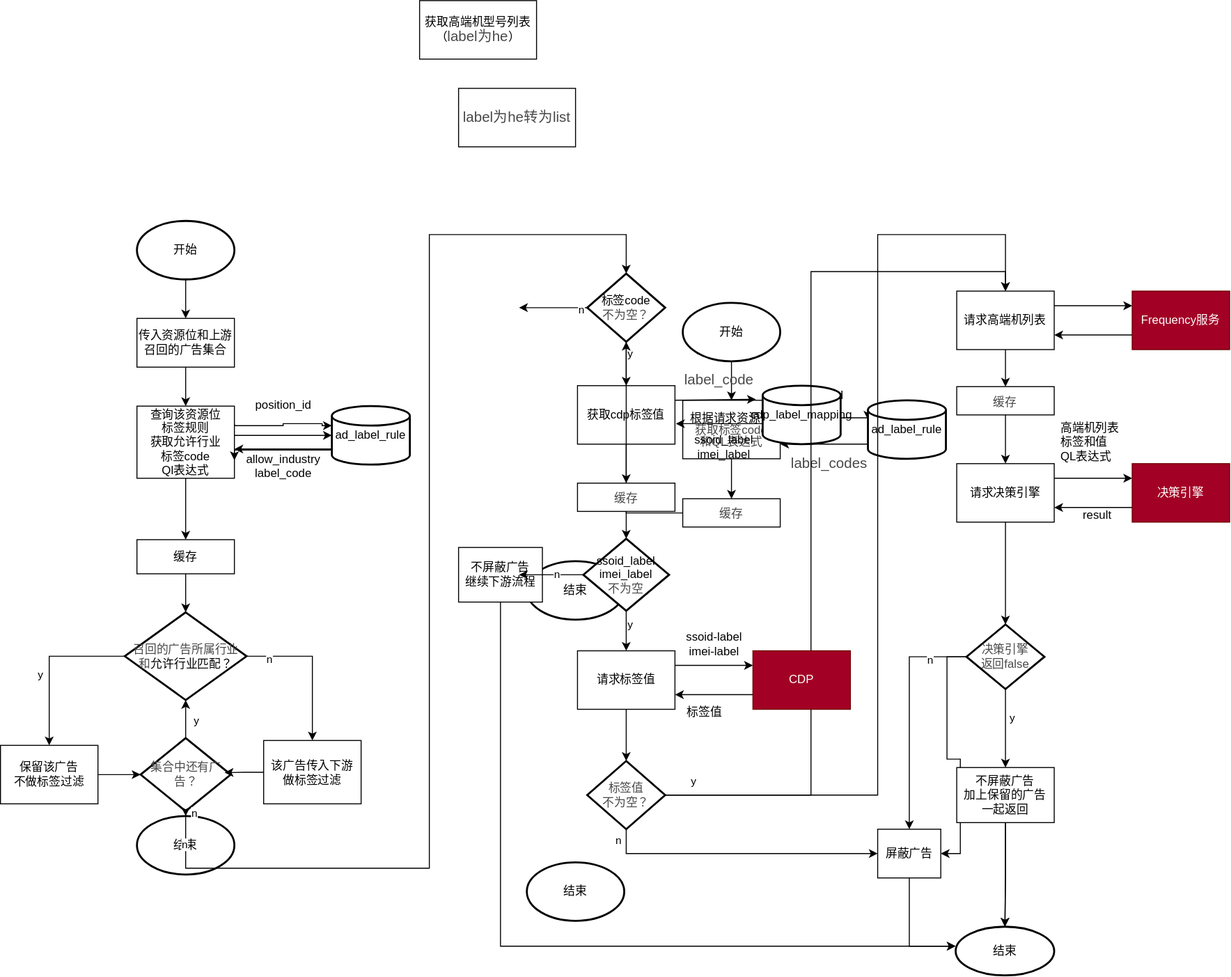
Before: high-end-filter.svg, a diagram exported from draw.io (WorryFreeCafe/diagram). Source tidied: cells renumbered, new cells last; positions are measured from the earlier drawing's top-left corner, leaving out a move shared by most shapes.
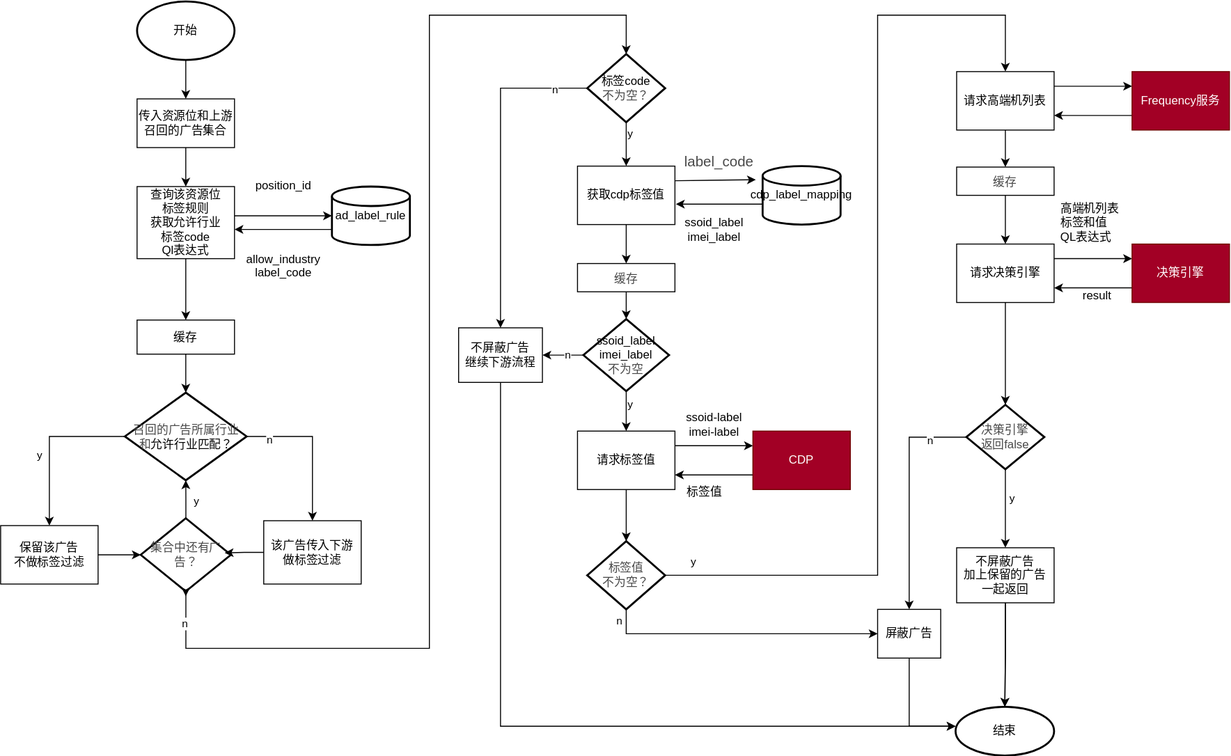
After the commit.

Change to the diagram source:
```diff
@@ -5,9 +5,6 @@
     <mxCell id="2" style="edgeStyle=orthogonalEdgeStyle;rounded=0;jettySize=auto;html=1;" parent="1" edge="1" source="53" target="18">
       <mxGeometry relative="1" as="geometry" />
     </mxCell>
-    <mxCell id="3" value="获取高端机型号列表&lt;br&gt;（&lt;span style=&quot;color: rgb(73, 73, 73); font-size: 11pt; background-color: initial;&quot;&gt;label为he&lt;/span&gt;）" style="rounded=0;whiteSpace=wrap;html=1;" parent="1" vertex="1">
-      <mxGeometry x="430" width="120" height="60" as="geometry" />
-    </mxCell>
     <mxCell id="4" style="edgeStyle=orthogonalEdgeStyle;rounded=0;jettySize=auto;html=1;" parent="1" edge="1" source="6" target="13">
       <mxGeometry relative="1" as="geometry">
         <Array as="points">
@@ -16,9 +13,6 @@
         </Array>
       </mxGeometry>
     </mxCell>
-    <mxCell id="5" value="&lt;span style=&quot;color: rgb(73, 73, 73); font-size: 11pt; background-color: initial;&quot;&gt;label为he转为list&lt;/span&gt;" style="rounded=0;whiteSpace=wrap;html=1;" parent="1" vertex="1">
-      <mxGeometry x="470" y="90" width="120" height="60" as="geometry" />
-    </mxCell>
     <mxCell id="6" value="查询该资源位&lt;br&gt;标签规则&lt;br&gt;获取允许行业&lt;br&gt;标签code&lt;br&gt;Ql表达式" style="rounded=0;whiteSpace=wrap;html=1;" parent="1" vertex="1">
       <mxGeometry x="140" y="416" width="100" height="74" as="geometry" />
     </mxCell>
@@ -42,14 +36,6 @@
         </Array>
       </mxGeometry>
     </mxCell>
-    <mxCell id="12" style="edgeStyle=orthogonalEdgeStyle;rounded=0;jettySize=auto;html=1;entryX=1;entryY=0.75;entryDx=0;entryDy=0;" parent="1" edge="1" source="13" target="6">
-      <mxGeometry relative="1" as="geometry">
-        <Array as="points">
-          <mxPoint x="300" y="461" />
-          <mxPoint x="300" y="461" />
-        </Array>
-      </mxGeometry>
-    </mxCell>
     <mxCell id="13" value="ad_label_rule" style="strokeWidth=2;html=1;shape=mxgraph.flowchart.database;whiteSpace=wrap;" parent="1" vertex="1">
       <mxGeometry x="340" y="416" width="80" height="60" as="geometry" />
     </mxCell>
@@ -81,9 +67,6 @@
     <mxCell id="21" value="&lt;font color=&quot;#494949&quot;&gt;集合中还有广告？&lt;/font&gt;" style="strokeWidth=2;html=1;shape=mxgraph.flowchart.decision;whiteSpace=wrap;" parent="1" vertex="1">
       <mxGeometry x="143.8" y="756.5" width="92.5" height="75" as="geometry" />
     </mxCell>
-    <mxCell id="22" value="结束" style="strokeWidth=2;html=1;shape=mxgraph.flowchart.start_1;whiteSpace=wrap;" parent="1" vertex="1">
-      <mxGeometry x="140" y="836.5" width="100" height="60" as="geometry" />
-    </mxCell>
     <mxCell id="23" style="edgeStyle=orthogonalEdgeStyle;rounded=0;jettySize=auto;html=1;entryX=0.5;entryY=1;entryDx=0;entryDy=0;entryPerimeter=0;" parent="1" edge="1" source="21" target="18">
       <mxGeometry relative="1" as="geometry" />
     </mxCell>
@@ -95,30 +78,19 @@
     <mxCell id="25" style="edgeStyle=orthogonalEdgeStyle;rounded=0;jettySize=auto;html=1;exitX=1;exitY=0.5;exitDx=0;exitDy=0;entryX=0;entryY=0.5;entryDx=0;entryDy=0;entryPerimeter=0;" parent="1" edge="1" source="19" target="21">
       <mxGeometry relative="1" as="geometry" />
     </mxCell>
-    <mxCell id="26" style="edgeStyle=orthogonalEdgeStyle;rounded=0;jettySize=auto;html=1;exitX=0.5;exitY=1;exitDx=0;exitDy=0;exitPerimeter=0;entryX=0.5;entryY=0;entryDx=0;entryDy=0;entryPerimeter=0;" parent="1" edge="1" source="21" target="22">
-      <mxGeometry relative="1" as="geometry" />
+    <mxCell id="26" style="edgeStyle=orthogonalEdgeStyle;rounded=0;jettySize=auto;html=1;exitX=0.5;exitY=1;exitDx=0;exitDy=0;exitPerimeter=0;entryX=0.5;entryY=0;entryDx=0;entryDy=0;entryPerimeter=0;" parent="1" edge="1" source="21">
+      <mxGeometry relative="1" as="geometry">
+        <mxPoint x="190" y="836.5" as="targetPoint" />
+      </mxGeometry>
     </mxCell>
-    <mxCell id="27" value="n" style="edgeLabel;html=1;align=center;verticalAlign=middle;" parent="26" vertex="1">
-      <mxGeometry x="-0.13" y="8" relative="1" as="geometry" />
-    </mxCell>
     <mxCell id="28" style="edgeStyle=orthogonalEdgeStyle;rounded=0;jettySize=auto;html=1;entryX=0.932;entryY=0.473;entryDx=0;entryDy=0;entryPerimeter=0;" parent="1" edge="1" source="20" target="21">
       <mxGeometry relative="1" as="geometry" />
     </mxCell>
     <mxCell id="29" value="position_id" style="text;html=1;align=center;verticalAlign=middle;strokeColor=none;fillColor=none;" parent="1" vertex="1">
       <mxGeometry x="250" y="400" width="80" height="30" as="geometry" />
     </mxCell>
-    <mxCell id="30" style="edgeStyle=orthogonalEdgeStyle;rounded=0;jettySize=auto;html=1;exitX=1;exitY=0.25;exitDx=0;exitDy=0;entryX=0;entryY=0.333;entryDx=0;entryDy=0;entryPerimeter=0;" parent="1" edge="1" source="6" target="13">
-      <mxGeometry relative="1" as="geometry">
-        <Array as="points">
-          <mxPoint x="240" y="436" />
-          <mxPoint x="290" y="436" />
-          <mxPoint x="290" y="434" />
-          <mxPoint x="330" y="434" />
-        </Array>
-      </mxGeometry>
-    </mxCell>
     <mxCell id="31" value="allow_industry&lt;br&gt;label_code&lt;div&gt;&lt;br/&gt;&lt;/div&gt;" style="text;html=1;align=center;verticalAlign=middle;strokeColor=none;fillColor=none;" parent="1" vertex="1">
-      <mxGeometry x="240" y="455" width="100" height="60" as="geometry" />
+      <mxGeometry x="240" y="475" width="100" height="60" as="geometry" />
     </mxCell>
     <mxCell id="32" style="edgeStyle=orthogonalEdgeStyle;rounded=0;jettySize=auto;html=1;entryX=0.5;entryY=0;entryDx=0;entryDy=0;" parent="1" edge="1" source="43" target="103">
       <mxGeometry relative="1" as="geometry" />
@@ -126,60 +98,24 @@
     <mxCell id="33" style="edgeStyle=orthogonalEdgeStyle;rounded=0;jettySize=auto;html=1;exitX=1;exitY=0.25;exitDx=0;exitDy=0;entryX=0;entryY=0.25;entryDx=0;entryDy=0;" parent="1" edge="1" source="35" target="72">
       <mxGeometry relative="1" as="geometry" />
     </mxCell>
-    <mxCell id="34" value="&lt;span&gt;&lt;p style=&quot;line-height: 100%; margin-bottom: 0pt; margin-top: 0pt; color: rgb(73, 73, 73);&quot; class=&quot;ql-direction-ltr ql-long-256386&quot;&gt;&lt;span style=&quot;&quot; class=&quot;ql-author-256386&quot;&gt;&lt;font style=&quot;font-size: 12px;&quot;&gt;&lt;span style=&quot;color: rgb(0, 0, 0);&quot;&gt;根据请求资源位&lt;/span&gt;&lt;br&gt;获取标签code&lt;br&gt;和QL表达式&lt;/font&gt;&lt;/span&gt;&lt;/p&gt;&lt;/span&gt;" style="rounded=0;whiteSpace=wrap;html=1;" parent="1" vertex="1">
-      <mxGeometry x="700" y="410" width="100" height="60" as="geometry" />
-    </mxCell>
     <mxCell id="35" value="请求标签值" style="rounded=0;whiteSpace=wrap;html=1;" parent="1" vertex="1">
       <mxGeometry x="592" y="667" width="100" height="60" as="geometry" />
     </mxCell>
-    <mxCell id="36" value="开始" style="strokeWidth=2;html=1;shape=mxgraph.flowchart.start_1;whiteSpace=wrap;" parent="1" vertex="1">
-      <mxGeometry x="700" y="310" width="100" height="60" as="geometry" />
-    </mxCell>
     <mxCell id="37" value="结束" style="strokeWidth=2;html=1;shape=mxgraph.flowchart.start_1;whiteSpace=wrap;" parent="1" vertex="1">
       <mxGeometry x="980" y="950" width="101.1" height="50" as="geometry" />
     </mxCell>
-    <mxCell id="38" style="edgeStyle=orthogonalEdgeStyle;rounded=0;jettySize=auto;html=1;entryX=0.5;entryY=0;entryDx=0;entryDy=0;exitX=0.5;exitY=1;exitDx=0;exitDy=0;exitPerimeter=0;" parent="1" edge="1" source="36" target="34">
-      <mxGeometry relative="1" as="geometry" />
-    </mxCell>
     <mxCell id="39" style="edgeStyle=orthogonalEdgeStyle;rounded=0;jettySize=auto;html=1;" parent="1" edge="1" source="65" target="43">
       <mxGeometry relative="1" as="geometry" />
     </mxCell>
     <mxCell id="40" value="y" style="edgeLabel;html=1;align=center;verticalAlign=middle;" parent="39" vertex="1">
       <mxGeometry x="-0.51" y="3" relative="1" as="geometry" />
     </mxCell>
-    <mxCell id="41" style="edgeStyle=orthogonalEdgeStyle;rounded=0;jettySize=auto;html=1;exitX=1;exitY=0.25;exitDx=0;exitDy=0;entryX=0;entryY=0.333;entryDx=0;entryDy=0;entryPerimeter=0;" parent="1" edge="1" source="34" target="45">
-      <mxGeometry relative="1" as="geometry">
-        <Array as="points">
-          <mxPoint x="800" y="430" />
-          <mxPoint x="850" y="430" />
-          <mxPoint x="850" y="428" />
-          <mxPoint x="890" y="428" />
-        </Array>
-      </mxGeometry>
-    </mxCell>
-    <mxCell id="42" style="edgeStyle=orthogonalEdgeStyle;rounded=0;jettySize=auto;html=1;entryX=1;entryY=0.75;entryDx=0;entryDy=0;" parent="1" edge="1" source="45" target="34">
-      <mxGeometry relative="1" as="geometry">
-        <Array as="points">
-          <mxPoint x="860" y="455" />
-          <mxPoint x="860" y="455" />
-        </Array>
-      </mxGeometry>
-    </mxCell>
     <mxCell id="43" value="获取cdp标签值" style="rounded=0;whiteSpace=wrap;html=1;" parent="1" vertex="1">
       <mxGeometry x="592" y="395" width="100" height="60" as="geometry" />
     </mxCell>
-    <mxCell id="44" value="position_id" style="text;html=1;align=center;verticalAlign=middle;strokeColor=none;fillColor=none;" parent="1" vertex="1">
-      <mxGeometry x="796.2" y="390" width="80" height="30" as="geometry" />
-    </mxCell>
-    <mxCell id="45" value="ad_label_rule" style="strokeWidth=2;html=1;shape=mxgraph.flowchart.database;whiteSpace=wrap;" parent="1" vertex="1">
-      <mxGeometry x="890" y="410" width="80" height="60" as="geometry" />
-    </mxCell>
     <mxCell id="46" value="cdp_label_mapping" style="strokeWidth=2;html=1;shape=mxgraph.flowchart.database;whiteSpace=wrap;" parent="1" vertex="1">
       <mxGeometry x="782" y="395" width="80" height="60" as="geometry" />
     </mxCell>
-    <mxCell id="47" value="&lt;span&gt;&lt;p style=&quot;line-height: 100%;margin-bottom: 0pt;margin-top: 0pt;font-size: 11pt;color: #494949;&quot; class=&quot;ql-direction-ltr ql-long-256386&quot;&gt;&lt;span class=&quot;ql-author-256386&quot;&gt;label_codes&lt;/span&gt;&lt;/p&gt;&lt;/span&gt;" style="text;html=1;align=center;verticalAlign=middle;strokeColor=none;fillColor=none;" parent="1" vertex="1">
-      <mxGeometry x="800" y="460" width="100" height="30" as="geometry" />
-    </mxCell>
     <mxCell id="48" style="rounded=0;jettySize=auto;html=1;exitX=1;exitY=0.25;exitDx=0;exitDy=0;entryX=-0.087;entryY=0.233;entryDx=0;entryDy=0;entryPerimeter=0;" parent="1" edge="1" source="43" target="46">
       <mxGeometry relative="1" as="geometry" />
     </mxCell>
@@ -191,10 +127,10 @@
       </mxGeometry>
     </mxCell>
     <mxCell id="50" value="&lt;span style=&quot;color: rgb(73, 73, 73); font-size: 14.6667px;&quot;&gt;label_code&lt;/span&gt;" style="text;html=1;align=center;verticalAlign=middle;strokeColor=none;fillColor=none;" parent="1" vertex="1">
-      <mxGeometry x="692" y="374" width="90" height="30" as="geometry" />
+      <mxGeometry x="692" y="376" width="90" height="30" as="geometry" />
     </mxCell>
     <mxCell id="51" value="ssoid_label&lt;br&gt;imei_label" style="text;html=1;align=center;verticalAlign=middle;strokeColor=none;fillColor=none;" parent="1" vertex="1">
-      <mxGeometry x="702" y="438" width="80" height="40" as="geometry" />
+      <mxGeometry x="692" y="440" width="80" height="40" as="geometry" />
     </mxCell>
     <mxCell id="52" style="edgeStyle=orthogonalEdgeStyle;rounded=0;jettySize=auto;html=1;" parent="1" edge="1" source="6" target="53">
       <mxGeometry relative="1" as="geometry" />
@@ -214,9 +150,6 @@
         <mxPoint x="-12" y="-14" as="offset" />
       </mxGeometry>
     </mxCell>
-    <mxCell id="56" style="edgeStyle=orthogonalEdgeStyle;rounded=0;jettySize=auto;html=1;" parent="1" edge="1" source="34" target="60">
-      <mxGeometry relative="1" as="geometry" />
-    </mxCell>
     <mxCell id="57" style="edgeStyle=orthogonalEdgeStyle;rounded=0;jettySize=auto;html=1;entryX=0.5;entryY=0;entryDx=0;entryDy=0;" parent="1" edge="1" source="61" target="79">
       <mxGeometry relative="1" as="geometry">
         <Array as="points">
@@ -231,26 +164,15 @@
         <mxPoint x="-23" y="-10" as="offset" />
       </mxGeometry>
     </mxCell>
-    <mxCell id="59" style="edgeStyle=orthogonalEdgeStyle;rounded=0;jettySize=auto;html=1;entryX=0.5;entryY=0;entryDx=0;entryDy=0;" parent="1" edge="1" source="61" target="79">
-      <mxGeometry relative="1" as="geometry" />
-    </mxCell>
-    <mxCell id="60" value="&lt;span&gt;&lt;p style=&quot;line-height: 100%; margin-bottom: 0pt; margin-top: 0pt; color: rgb(73, 73, 73);&quot; class=&quot;ql-direction-ltr ql-long-256386&quot;&gt;&lt;span style=&quot;&quot; class=&quot;ql-author-256386&quot;&gt;&lt;font style=&quot;font-size: 12px;&quot;&gt;缓存&lt;/font&gt;&lt;/span&gt;&lt;/p&gt;&lt;/span&gt;" style="rounded=0;whiteSpace=wrap;html=1;" parent="1" vertex="1">
-      <mxGeometry x="700" y="511" width="100" height="29" as="geometry" />
-    </mxCell>
     <mxCell id="61" value="&lt;font color=&quot;#494949&quot;&gt;标签值&lt;/font&gt;&lt;br&gt;&lt;div&gt;&lt;font color=&quot;#494949&quot;&gt;不为空？&lt;/font&gt;&lt;/div&gt;" style="strokeWidth=2;html=1;shape=mxgraph.flowchart.decision;whiteSpace=wrap;" parent="1" vertex="1">
       <mxGeometry x="602" y="780" width="80" height="70" as="geometry" />
     </mxCell>
-    <mxCell id="62" style="edgeStyle=orthogonalEdgeStyle;rounded=0;jettySize=auto;html=1;" parent="1" edge="1" source="65">
-      <mxGeometry relative="1" as="geometry">
-        <mxPoint x="532" y="315" as="targetPoint" />
-      </mxGeometry>
+    <mxCell id="62" style="edgeStyle=orthogonalEdgeStyle;rounded=0;jettySize=auto;html=1;" parent="1" edge="1" source="65" target="102">
+      <mxGeometry relative="1" as="geometry" />
     </mxCell>
     <mxCell id="63" value="n" style="edgeLabel;html=1;align=center;verticalAlign=middle;" parent="62" vertex="1">
       <mxGeometry x="-0.8" y="1" relative="1" as="geometry" />
     </mxCell>
-    <mxCell id="64" style="edgeStyle=orthogonalEdgeStyle;rounded=0;jettySize=auto;html=1;" parent="1" edge="1" source="60" target="65">
-      <mxGeometry relative="1" as="geometry" />
-    </mxCell>
     <mxCell id="65" value="&lt;div&gt;标签code&lt;br&gt;&lt;font color=&quot;#494949&quot;&gt;不为空？&lt;/font&gt;&lt;/div&gt;" style="strokeWidth=2;html=1;shape=mxgraph.flowchart.decision;whiteSpace=wrap;" parent="1" vertex="1">
       <mxGeometry x="602" y="280" width="80" height="70" as="geometry" />
     </mxCell>
@@ -260,18 +182,9 @@
     <mxCell id="67" value="y" style="edgeLabel;html=1;align=center;verticalAlign=middle;" parent="66" vertex="1">
       <mxGeometry x="-0.36" y="3" relative="1" as="geometry" />
     </mxCell>
-    <mxCell id="68" value="结束" style="strokeWidth=2;html=1;shape=mxgraph.flowchart.start_1;whiteSpace=wrap;" parent="1" vertex="1">
-      <mxGeometry x="540" y="575" width="100" height="60" as="geometry" />
-    </mxCell>
     <mxCell id="69" style="edgeStyle=orthogonalEdgeStyle;rounded=0;jettySize=auto;html=1;exitX=0;exitY=0.75;exitDx=0;exitDy=0;entryX=1;entryY=0.75;entryDx=0;entryDy=0;" parent="1" edge="1" source="72" target="35">
       <mxGeometry relative="1" as="geometry" />
     </mxCell>
-    <mxCell id="70" style="group;" parent="1" vertex="1">
-      <mxGeometry x="540" y="820" width="260" height="129" as="geometry" />
-    </mxCell>
-    <mxCell id="71" value="结束" style="strokeWidth=2;html=1;shape=mxgraph.flowchart.start_1;whiteSpace=wrap;" parent="70" vertex="1">
-      <mxGeometry y="64" width="100" height="60" as="geometry" />
-    </mxCell>
     <mxCell id="72" value="CDP" style="rounded=0;whiteSpace=wrap;html=1;fillColor=#a20025;fontColor=#ffffff;strokeColor=#6F0000;" parent="1" vertex="1">
       <mxGeometry x="772" y="667" width="100" height="60" as="geometry" />
     </mxCell>
@@ -332,9 +245,6 @@
     <mxCell id="91" value="y" style="edgeLabel;html=1;align=center;verticalAlign=middle;" parent="90" vertex="1">
       <mxGeometry x="-0.29" y="6" relative="1" as="geometry" />
     </mxCell>
-    <mxCell id="92" style="edgeStyle=orthogonalEdgeStyle;rounded=0;jettySize=auto;html=1;entryX=1;entryY=0.5;entryDx=0;entryDy=0;" parent="1" edge="1" source="95" target="75">
-      <mxGeometry relative="1" as="geometry" />
-    </mxCell>
     <mxCell id="93" style="edgeStyle=orthogonalEdgeStyle;rounded=0;jettySize=auto;html=1;" parent="1" edge="1" source="95" target="75">
       <mxGeometry relative="1" as="geometry" />
     </mxCell>
@@ -379,10 +289,8 @@
     <mxCell id="104" style="edgeStyle=orthogonalEdgeStyle;rounded=0;jettySize=auto;html=1;" parent="1" edge="1" source="103" target="107">
       <mxGeometry relative="1" as="geometry" />
     </mxCell>
-    <mxCell id="105" style="edgeStyle=orthogonalEdgeStyle;rounded=0;jettySize=auto;html=1;" parent="1" edge="1" source="107">
-      <mxGeometry relative="1" as="geometry">
-        <mxPoint x="532" y="589" as="targetPoint" />
-      </mxGeometry>
+    <mxCell id="105" style="edgeStyle=orthogonalEdgeStyle;rounded=0;jettySize=auto;html=1;" parent="1" edge="1" source="107" target="102">
+      <mxGeometry relative="1" as="geometry" />
     </mxCell>
     <mxCell id="106" value="n" style="edgeLabel;html=1;align=center;verticalAlign=middle;" parent="105" vertex="1">
       <mxGeometry x="-0.17" y="-1" relative="1" as="geometry" />
```
